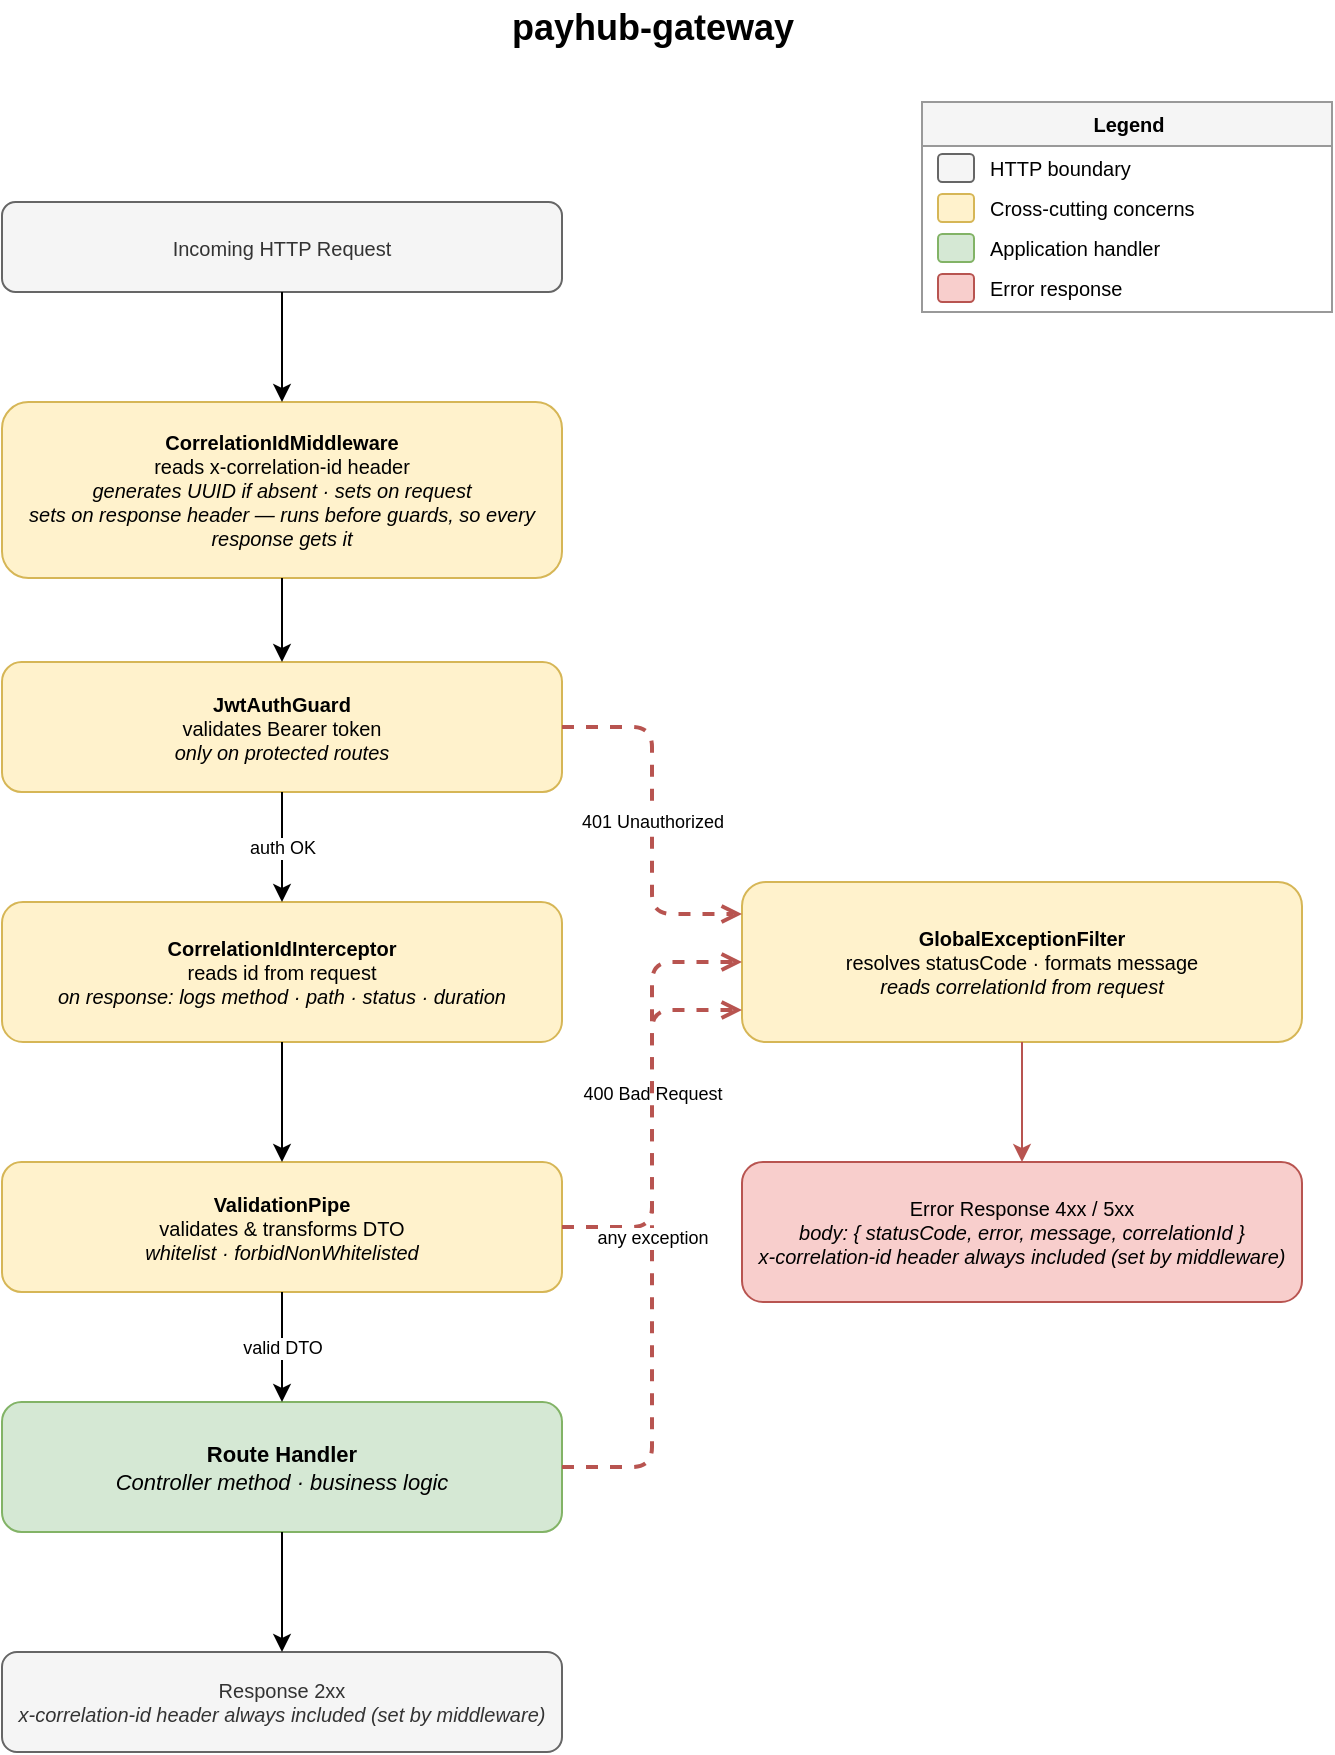
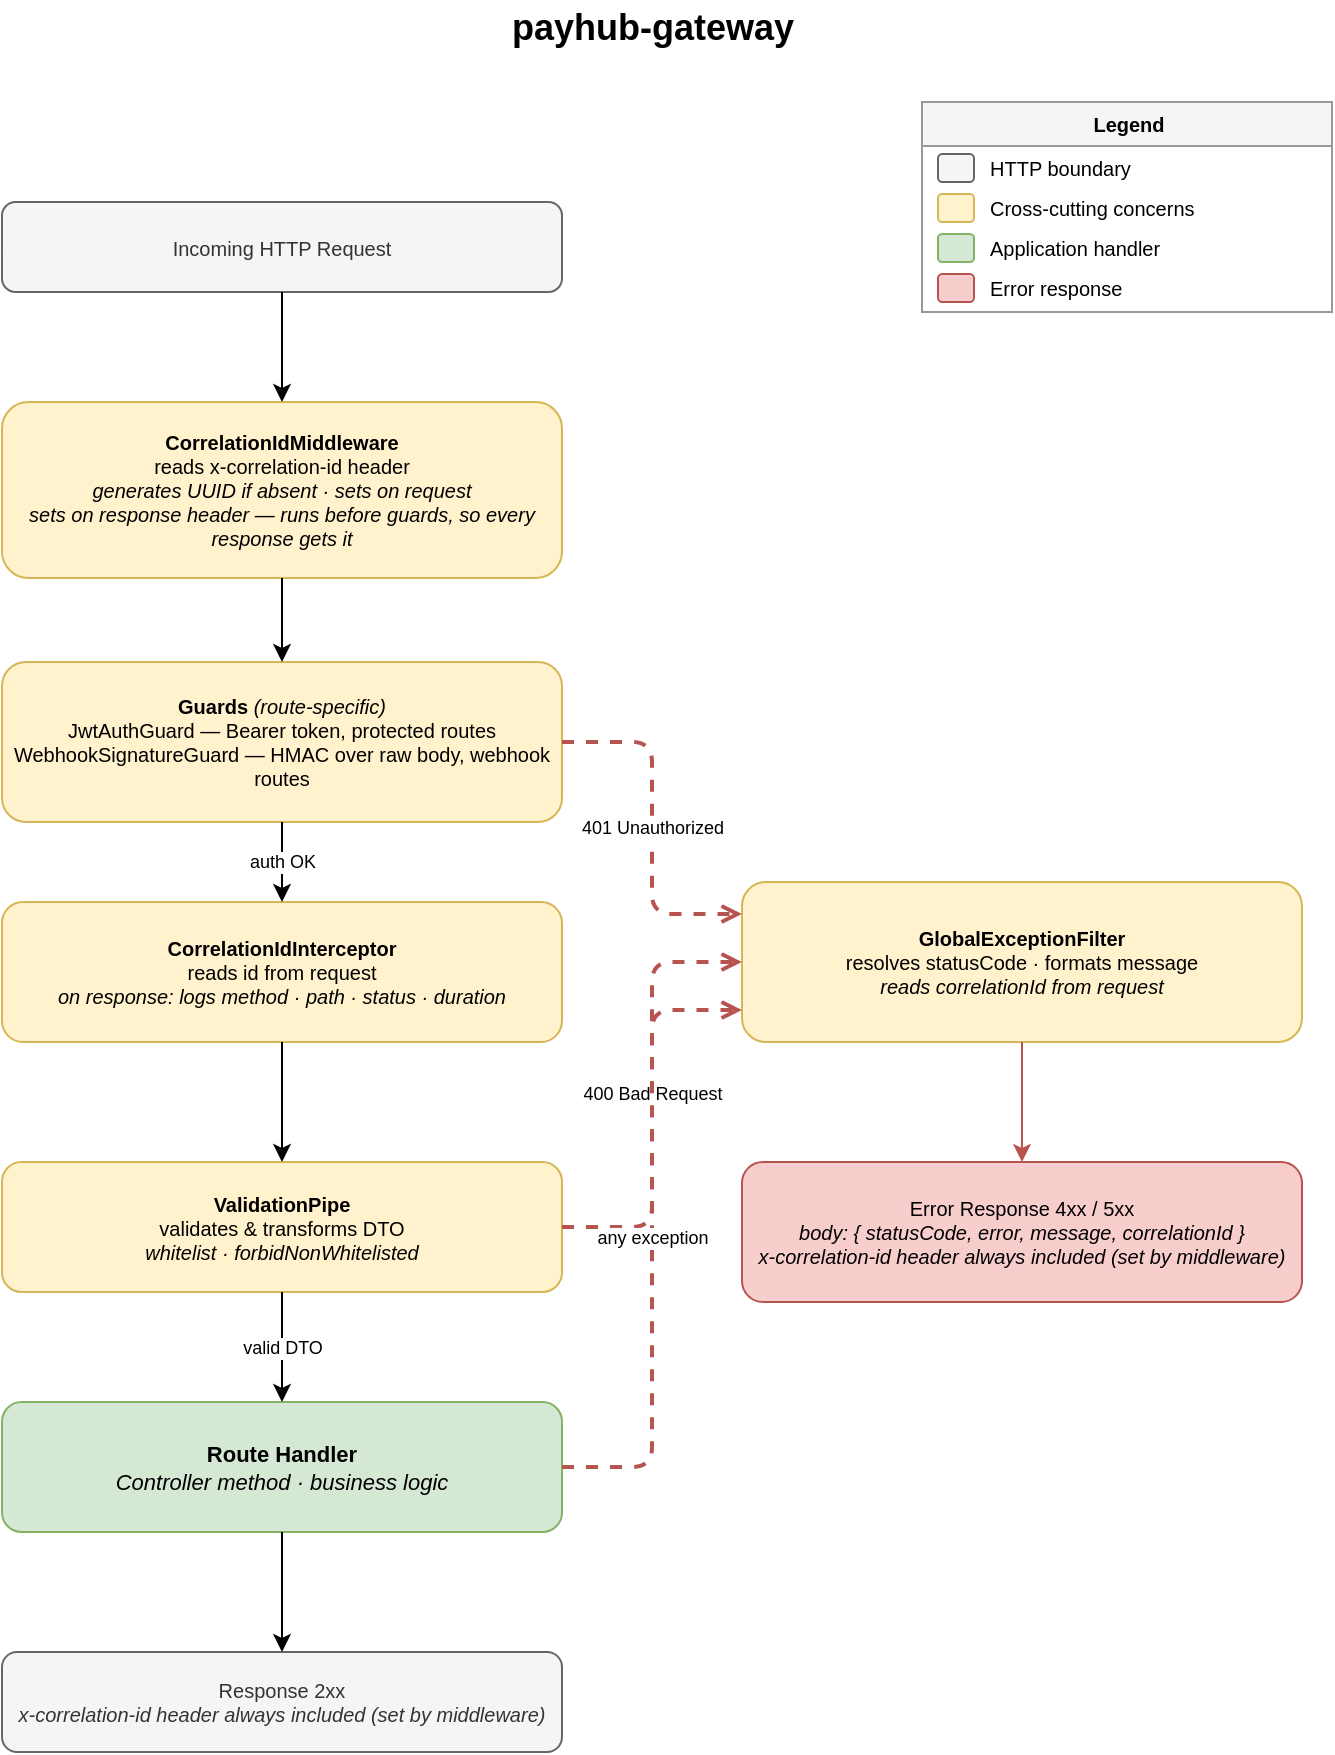
<mxfile host="Electron">
  <diagram name="Request Lifecycle" id="payhub-lifecycle-v1">
    <mxGraphModel dx="1640" dy="1961" grid="1" gridSize="10" guides="1" tooltips="1" connect="1" arrows="1" fold="1" page="1" pageScale="1" pageWidth="750" pageHeight="960" math="0" shadow="0">
      <root>
        <mxCell id="0" />
        <mxCell id="1" parent="0" />
        <mxCell id="lc-title" parent="1" style="text;html=1;strokeColor=none;fillColor=none;align=center;verticalAlign=middle;fontSize=18;fontStyle=1;" value="payhub-gateway" vertex="1">
          <mxGeometry height="28" width="500" x="125" y="-51" as="geometry" />
        </mxCell>
        <mxCell id="lc-request-in" parent="1" style="rounded=1;fillColor=#f5f5f5;strokeColor=#666666;fontSize=10;html=1;whiteSpace=wrap;fontColor=#333333;" value="Incoming HTTP Request" vertex="1">
          <mxGeometry height="45" width="280" x="50" y="50" as="geometry" />
        </mxCell>
        <mxCell id="lc-middleware" parent="1" style="rounded=1;fillColor=#fff2cc;strokeColor=#d6b656;fontSize=10;html=1;whiteSpace=wrap;" value="&lt;b&gt;CorrelationIdMiddleware&lt;/b&gt;&lt;br&gt;reads x-correlation-id header&lt;br&gt;&lt;i&gt;generates UUID if absent · sets on request&lt;/i&gt;&lt;br&gt;&lt;i&gt;sets on response header — runs before guards, so every response gets it&lt;/i&gt;" vertex="1">
          <mxGeometry height="88" width="280" x="50" y="150" as="geometry" />
        </mxCell>
-         <mxCell id="lc-guard" parent="1" style="rounded=1;fillColor=#fff2cc;strokeColor=#d6b656;fontSize=10;html=1;whiteSpace=wrap;" value="&lt;b&gt;JwtAuthGuard&lt;/b&gt;&lt;br&gt;validates Bearer token&lt;br&gt;&lt;i&gt;only on protected routes&lt;/i&gt;" vertex="1">
-           <mxGeometry height="65" width="280" x="50" y="280" as="geometry" />
+         <mxCell id="lc-guard" parent="1" style="rounded=1;fillColor=#fff2cc;strokeColor=#d6b656;fontSize=10;html=1;whiteSpace=wrap;" value="&lt;b&gt;Guards&lt;/b&gt; &lt;i&gt;(route-specific)&lt;/i&gt;&lt;br&gt;JwtAuthGuard — Bearer token, protected routes&lt;br&gt;WebhookSignatureGuard — HMAC over raw body, webhook routes" vertex="1">
+           <mxGeometry height="80" width="280" x="50" y="280" as="geometry" />
        </mxCell>
        <mxCell id="lc-interceptor" parent="1" style="rounded=1;fillColor=#fff2cc;strokeColor=#d6b656;fontSize=10;html=1;whiteSpace=wrap;" value="&lt;b&gt;CorrelationIdInterceptor&lt;/b&gt;&lt;br&gt;reads id from request&lt;br&gt;&lt;i&gt;on response: logs method · path · status · duration&lt;/i&gt;" vertex="1">
          <mxGeometry height="70" width="280" x="50" y="400" as="geometry" />
        </mxCell>
        <mxCell id="lc-pipe" parent="1" style="rounded=1;fillColor=#fff2cc;strokeColor=#d6b656;fontSize=10;html=1;whiteSpace=wrap;" value="&lt;b&gt;ValidationPipe&lt;/b&gt;&lt;br&gt;validates &amp; transforms DTO&lt;br&gt;&lt;i&gt;whitelist · forbidNonWhitelisted&lt;/i&gt;" vertex="1">
          <mxGeometry height="65" width="280" x="50" y="530" as="geometry" />
        </mxCell>
        <mxCell id="lc-handler" parent="1" style="rounded=1;fillColor=#d5e8d4;strokeColor=#82b366;fontSize=11;html=1;whiteSpace=wrap;" value="&lt;b&gt;Route Handler&lt;/b&gt;&lt;br&gt;&lt;i&gt;Controller method · business logic&lt;/i&gt;" vertex="1">
          <mxGeometry height="65" width="280" x="50" y="650" as="geometry" />
        </mxCell>
        <mxCell id="lc-response-out" parent="1" style="rounded=1;fillColor=#f5f5f5;strokeColor=#666666;fontSize=10;html=1;whiteSpace=wrap;fontColor=#333333;" value="Response 2xx&lt;br&gt;&lt;i&gt;x-correlation-id header always included (set by middleware)&lt;/i&gt;" vertex="1">
          <mxGeometry height="50" width="280" x="50" y="775" as="geometry" />
        </mxCell>
        <mxCell id="lc-exception-filter" parent="1" style="rounded=1;fillColor=#fff2cc;strokeColor=#d6b656;fontSize=10;html=1;whiteSpace=wrap;" value="&lt;b&gt;GlobalExceptionFilter&lt;/b&gt;&lt;br&gt;resolves statusCode · formats message&lt;br&gt;&lt;i&gt;reads correlationId from request&lt;/i&gt;" vertex="1">
          <mxGeometry height="80" width="280" x="420" y="390" as="geometry" />
        </mxCell>
        <mxCell id="lc-error-response" parent="1" style="rounded=1;fillColor=#f8cecc;strokeColor=#b85450;fontSize=10;html=1;whiteSpace=wrap;" value="Error Response 4xx / 5xx&lt;br&gt;&lt;i&gt;body: { statusCode, error, message, correlationId }&lt;/i&gt;&lt;br&gt;&lt;i&gt;x-correlation-id header always included (set by middleware)&lt;/i&gt;" vertex="1">
          <mxGeometry height="70" width="280" x="420" y="530" as="geometry" />
        </mxCell>
        <mxCell id="lc-legend" parent="1" style="swimlane;startSize=22;fillColor=#f5f5f5;strokeColor=#999999;fontStyle=1;fontSize=10;html=1;" value="Legend" vertex="1">
          <mxGeometry height="105" width="205" x="510" as="geometry" />
        </mxCell>
        <mxCell id="lc-leg-1" parent="lc-legend" style="rounded=1;fillColor=#f5f5f5;strokeColor=#666666;fontSize=9;html=1;" value="" vertex="1">
          <mxGeometry height="14" width="18" x="8" y="26" as="geometry" />
        </mxCell>
        <mxCell id="lc-leg-1t" parent="lc-legend" style="text;html=1;strokeColor=none;fillColor=none;align=left;fontSize=10;verticalAlign=middle;" value="HTTP boundary" vertex="1">
          <mxGeometry height="14" width="165" x="32" y="26" as="geometry" />
        </mxCell>
        <mxCell id="lc-leg-2" parent="lc-legend" style="rounded=1;fillColor=#fff2cc;strokeColor=#d6b656;fontSize=9;html=1;" value="" vertex="1">
          <mxGeometry height="14" width="18" x="8" y="46" as="geometry" />
        </mxCell>
        <mxCell id="lc-leg-2t" parent="lc-legend" style="text;html=1;strokeColor=none;fillColor=none;align=left;fontSize=10;verticalAlign=middle;" value="Cross-cutting concerns" vertex="1">
          <mxGeometry height="14" width="165" x="32" y="46" as="geometry" />
        </mxCell>
        <mxCell id="lc-leg-3" parent="lc-legend" style="rounded=1;fillColor=#d5e8d4;strokeColor=#82b366;fontSize=9;html=1;" value="" vertex="1">
          <mxGeometry height="14" width="18" x="8" y="66" as="geometry" />
        </mxCell>
        <mxCell id="lc-leg-3t" parent="lc-legend" style="text;html=1;strokeColor=none;fillColor=none;align=left;fontSize=10;verticalAlign=middle;" value="Application handler" vertex="1">
          <mxGeometry height="14" width="165" x="32" y="66" as="geometry" />
        </mxCell>
        <mxCell id="lc-leg-4" parent="lc-legend" style="rounded=1;fillColor=#f8cecc;strokeColor=#b85450;fontSize=9;html=1;" value="" vertex="1">
          <mxGeometry height="14" width="18" x="8" y="86" as="geometry" />
        </mxCell>
        <mxCell id="lc-leg-4t" parent="lc-legend" style="text;html=1;strokeColor=none;fillColor=none;align=left;fontSize=10;verticalAlign=middle;" value="Error response" vertex="1">
          <mxGeometry height="14" width="165" x="32" y="86" as="geometry" />
        </mxCell>
        <mxCell id="lc-e1" edge="1" parent="1" source="lc-request-in" style="edgeStyle=orthogonalEdgeStyle;html=1;fontSize=9;" target="lc-middleware" value="">
          <mxGeometry relative="1" as="geometry" />
        </mxCell>
        <mxCell id="lc-e2" edge="1" parent="1" source="lc-middleware" style="edgeStyle=orthogonalEdgeStyle;html=1;fontSize=9;" target="lc-guard" value="">
          <mxGeometry relative="1" as="geometry" />
        </mxCell>
        <mxCell id="lc-e3" edge="1" parent="1" source="lc-guard" style="edgeStyle=orthogonalEdgeStyle;html=1;fontSize=9;" target="lc-interceptor" value="auth OK">
          <mxGeometry relative="1" as="geometry" />
        </mxCell>
        <mxCell id="lc-e4" edge="1" parent="1" source="lc-interceptor" style="edgeStyle=orthogonalEdgeStyle;html=1;fontSize=9;" target="lc-pipe" value="">
          <mxGeometry relative="1" as="geometry" />
        </mxCell>
        <mxCell id="lc-e5" edge="1" parent="1" source="lc-pipe" style="edgeStyle=orthogonalEdgeStyle;html=1;fontSize=9;" target="lc-handler" value="valid DTO">
          <mxGeometry relative="1" as="geometry" />
        </mxCell>
        <mxCell id="lc-e6" edge="1" parent="1" source="lc-handler" style="edgeStyle=orthogonalEdgeStyle;html=1;fontSize=9;" target="lc-response-out" value="">
          <mxGeometry relative="1" as="geometry" />
        </mxCell>
        <mxCell id="lc-ex1" edge="1" parent="1" source="lc-guard" style="edgeStyle=orthogonalEdgeStyle;html=1;fontSize=9;dashed=1;strokeColor=#b85450;endArrow=open;endFill=0;strokeWidth=2;exitX=1;exitY=0.5;exitDx=0;exitDy=0;entryX=0;entryY=0.2;entryDx=0;entryDy=0;" target="lc-exception-filter" value="401 Unauthorized">
          <mxGeometry relative="1" as="geometry" />
        </mxCell>
        <mxCell id="lc-ex2" edge="1" parent="1" source="lc-pipe" style="edgeStyle=orthogonalEdgeStyle;html=1;fontSize=9;dashed=1;strokeColor=#b85450;endArrow=open;endFill=0;strokeWidth=2;exitX=1;exitY=0.5;exitDx=0;exitDy=0;entryX=0;entryY=0.5;entryDx=0;entryDy=0;" target="lc-exception-filter" value="400 Bad Request">
          <mxGeometry relative="1" as="geometry" />
        </mxCell>
        <mxCell id="lc-ex3" edge="1" parent="1" source="lc-handler" style="edgeStyle=orthogonalEdgeStyle;html=1;fontSize=9;dashed=1;strokeColor=#b85450;endArrow=open;endFill=0;strokeWidth=2;exitX=1;exitY=0.5;exitDx=0;exitDy=0;entryX=0;entryY=0.8;entryDx=0;entryDy=0;" target="lc-exception-filter" value="any exception">
          <mxGeometry relative="1" as="geometry" />
        </mxCell>
        <mxCell id="lc-ex4" edge="1" parent="1" source="lc-exception-filter" style="edgeStyle=orthogonalEdgeStyle;html=1;fontSize=9;strokeColor=#b85450;" target="lc-error-response" value="">
          <mxGeometry relative="1" as="geometry" />
        </mxCell>
      </root>
    </mxGraphModel>
  </diagram>
</mxfile>
